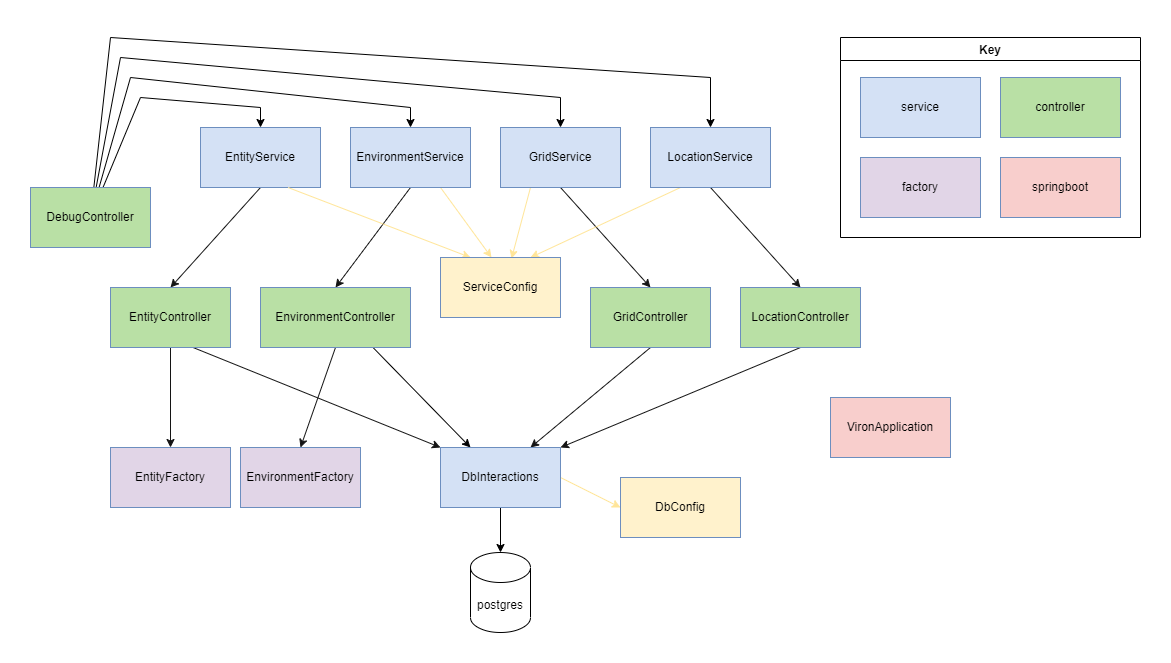
Before: docs/diagrams/class-usage-diagram.drawio.png, a diagram exported from draw.io (Preponderous-Software/Viron). Source tidied: cells renumbered, new cells last; positions are measured from the earlier drawing's top-left corner, leaving out a move shared by most shapes.
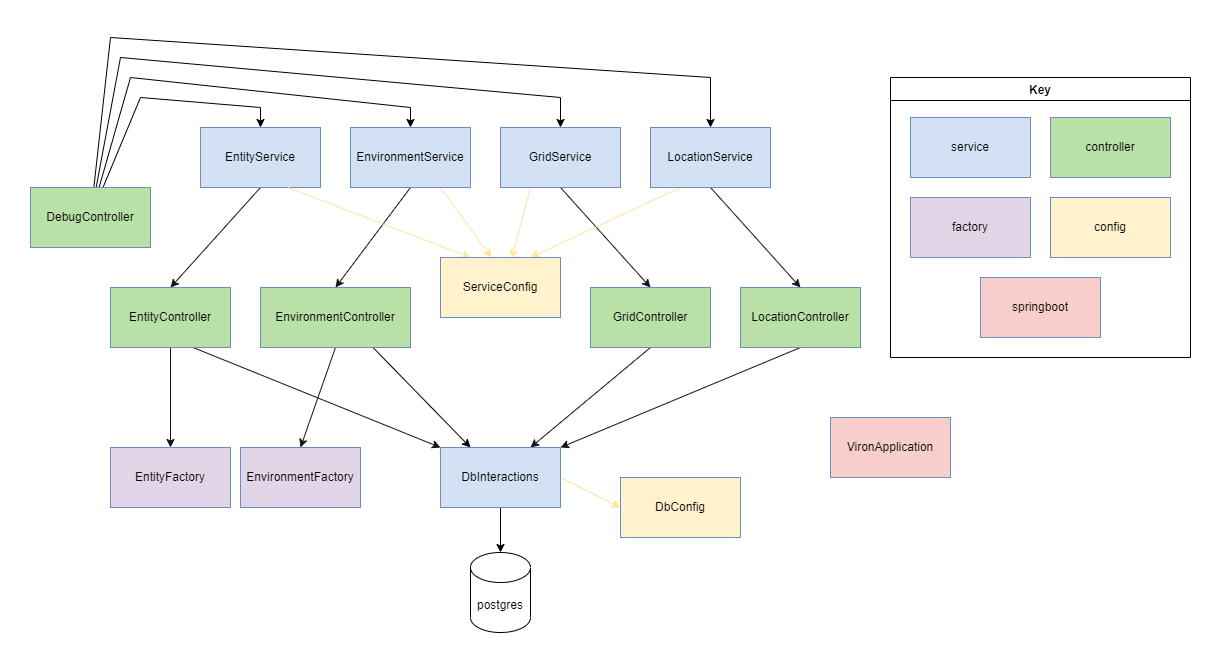
After the change.

Commit message:
Added config element to class usage diagram key

The edit, as a diff of the source:
```diff
@@ -116,7 +116,7 @@
       <mxGeometry x="410" y="410" width="120" height="60" as="geometry" />
     </mxCell>
     <mxCell id="33" value="VironApplication" style="rounded=0;whiteSpace=wrap;html=1;fillColor=#F8CECC;strokeColor=#6c8ebf;" parent="1" vertex="1">
-      <mxGeometry x="800" y="360" width="120" height="60" as="geometry" />
+      <mxGeometry x="800" y="380" width="120" height="60" as="geometry" />
     </mxCell>
     <mxCell id="34" value="DbConfig" style="rounded=0;whiteSpace=wrap;html=1;fillColor=#FFF2CC;strokeColor=#6c8ebf;" parent="1" vertex="1">
       <mxGeometry x="590" y="440" width="120" height="60" as="geometry" />
@@ -138,20 +138,23 @@
       </mxGeometry>
     </mxCell>
     <mxCell id="39" value="Key" style="swimlane;" parent="1" vertex="1">
-      <mxGeometry x="810" width="300" height="200" as="geometry" />
+      <mxGeometry x="860" y="40" width="300" height="280" as="geometry" />
     </mxCell>
     <mxCell id="40" value="controller" style="rounded=0;whiteSpace=wrap;html=1;fillColor=#B9E0A5;strokeColor=#6c8ebf;" parent="39" vertex="1">
       <mxGeometry x="160" y="40" width="120" height="60" as="geometry" />
     </mxCell>
-    <mxCell id="41" value="springboot" style="rounded=0;whiteSpace=wrap;html=1;fillColor=#F8CECC;strokeColor=#6c8ebf;" parent="39" vertex="1">
-      <mxGeometry x="160" y="120" width="120" height="60" as="geometry" />
-    </mxCell>
     <mxCell id="42" value="service" style="rounded=0;whiteSpace=wrap;html=1;fillColor=#D4E1F5;strokeColor=#6c8ebf;" parent="39" vertex="1">
       <mxGeometry x="20" y="40" width="120" height="60" as="geometry" />
     </mxCell>
     <mxCell id="43" value="factory" style="rounded=0;whiteSpace=wrap;html=1;fillColor=#E1D5E7;strokeColor=#6c8ebf;" parent="39" vertex="1">
       <mxGeometry x="20" y="120" width="120" height="60" as="geometry" />
     </mxCell>
+    <mxCell id="45" value="config" style="rounded=0;whiteSpace=wrap;html=1;fillColor=#FFF2CC;strokeColor=#6c8ebf;" parent="39" vertex="1">
+      <mxGeometry x="160" y="120" width="120" height="60" as="geometry" />
+    </mxCell>
+    <mxCell id="41" value="springboot" style="rounded=0;whiteSpace=wrap;html=1;fillColor=#F8CECC;strokeColor=#6c8ebf;" parent="39" vertex="1">
+      <mxGeometry x="90" y="200" width="120" height="60" as="geometry" />
+    </mxCell>
     <mxCell id="44" value="ServiceConfig" style="rounded=0;whiteSpace=wrap;html=1;fillColor=#FFF2CC;strokeColor=#6c8ebf;" parent="1" vertex="1">
       <mxGeometry x="410" y="220" width="120" height="60" as="geometry" />
     </mxCell>
```
